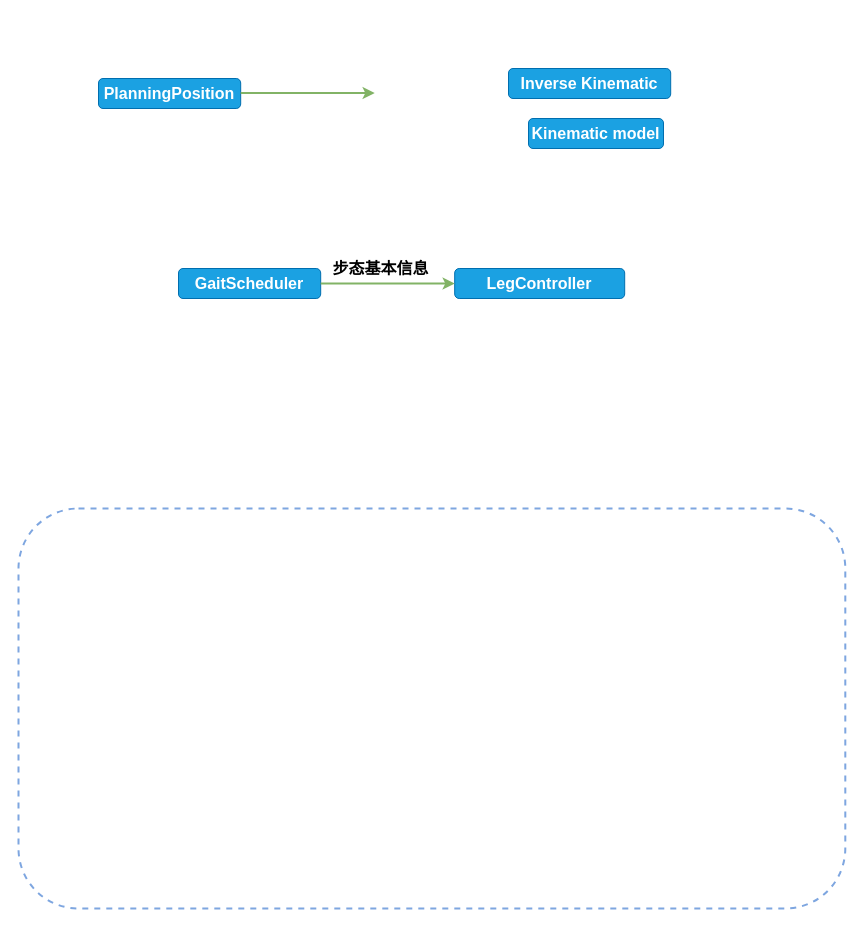
Above: quadruped-FootTrajectory.drawio in Dem-phi/Everlasting-HA.github.io (draw.io), before the change. Source tidied: cells renumbered, new cells numbered last; positions are measured from the earlier drawing's top-left corner, leaving out a move shared by most shapes. Both pictures are drawn from the tidied source at 100%, with x=0, y=0 at pixel (18, 68).
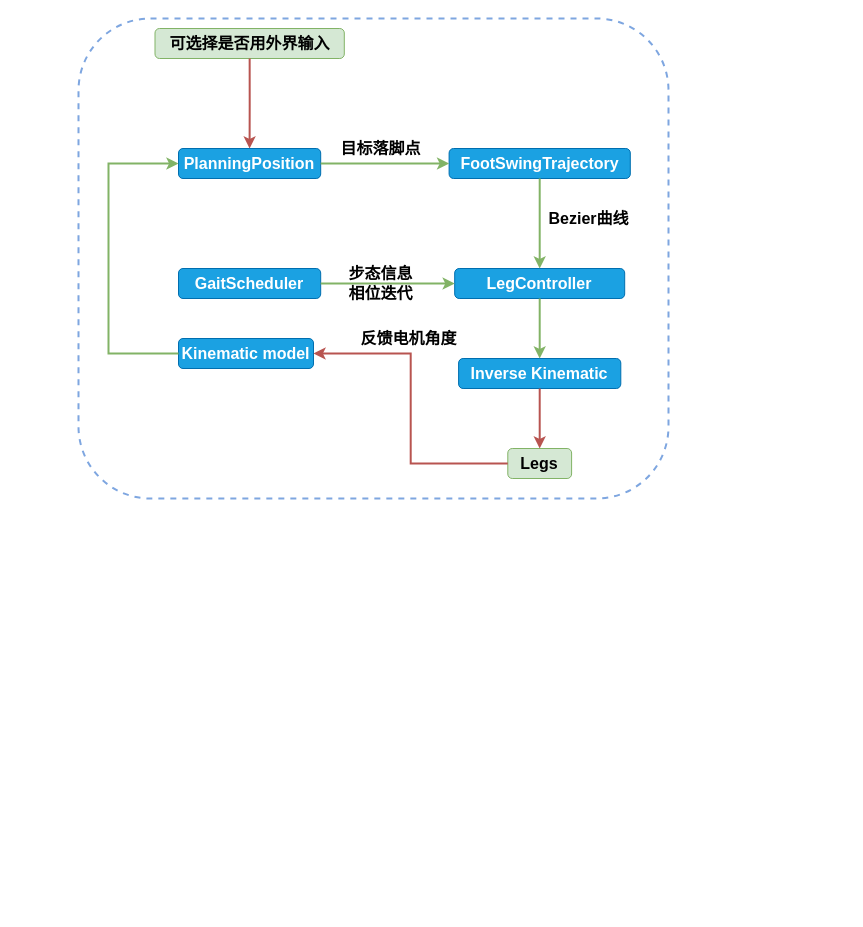
The same page after the edit.

The change refers to these unchanged cells:
```xml
<mxCell id="4" value="LegController" style="rounded=1;whiteSpace=wrap;html=1;fillColor=#1ba1e2;strokeColor=#006EAF;horizontal=1;fontSize=16;fontColor=#ffffff;fontStyle=1;" parent="1" vertex="1">
  <mxGeometry x="436.2" y="200" width="170" height="30" as="geometry" />
</mxCell>
```

What changed in the source:
```diff
@@
     <mxCell id="2" style="rounded=1;whiteSpace=wrap;html=1;fontSize=16;fontColor=#FFFFFF;fillColor=none;gradientColor=#ffffff;dashed=1;strokeWidth=2;strokeColor=#7EA6E0;" parent="1" vertex="1">
-      <mxGeometry y="440" width="826.8" height="400" as="geometry" />
+      <mxGeometry x="60" y="-50" width="590" height="480" as="geometry" />
     </mxCell>
@@
     <mxCell id="5" value="Inverse Kinematic" style="rounded=1;whiteSpace=wrap;html=1;fillColor=#1ba1e2;strokeColor=#006EAF;horizontal=1;fontSize=16;fontColor=#ffffff;fontStyle=1;" parent="1" vertex="1">
-      <mxGeometry x="490" width="162.2" height="30" as="geometry" />
+      <mxGeometry x="440.1" y="290" width="162.2" height="30" as="geometry" />
     </mxCell>
@@
     <mxCell id="7" value="Kinematic model" style="rounded=1;whiteSpace=wrap;html=1;fillColor=#1ba1e2;strokeColor=#006EAF;horizontal=1;fontSize=16;fontColor=#ffffff;fontStyle=1;" parent="1" vertex="1">
-      <mxGeometry x="510" y="50" width="135" height="30" as="geometry" />
+      <mxGeometry x="160" y="270" width="135" height="30" as="geometry" />
     </mxCell>
-    <mxCell id="8" value="&lt;b&gt;步态基本信息&lt;br&gt;&lt;/b&gt;" style="text;html=1;align=center;verticalAlign=middle;fillColor=none;strokeColor=none;rounded=0;fontSize=16;" parent="1" vertex="1">
-      <mxGeometry x="307.2" y="190" width="110" height="20" as="geometry" />
+    <mxCell id="8" value="&lt;b&gt;步态信息&lt;br&gt;相位迭代&lt;br&gt;&lt;/b&gt;" style="text;html=1;align=center;verticalAlign=middle;fillColor=none;strokeColor=none;rounded=0;fontSize=16;" parent="1" vertex="1">
+      <mxGeometry x="322.2" y="195" width="80" height="40" as="geometry" />
     </mxCell>
     <mxCell id="9" value="PlanningPosition" style="rounded=1;whiteSpace=wrap;html=1;fillColor=#1ba1e2;strokeColor=#006EAF;horizontal=1;fontSize=16;fontColor=#ffffff;fontStyle=1;" parent="1" vertex="1">
-      <mxGeometry x="80" y="10" width="142.2" height="30" as="geometry" />
+      <mxGeometry x="160" y="80" width="142.2" height="30" as="geometry" />
     </mxCell>
-    <mxCell id="10" style="edgeStyle=orthogonalEdgeStyle;rounded=0;orthogonalLoop=1;jettySize=auto;html=1;strokeWidth=2;fillColor=#d5e8d4;strokeColor=#82b366;exitX=1;exitY=0.5;exitDx=0;exitDy=0;entryX=0;entryY=0.5;entryDx=0;entryDy=0;" parent="1" edge="1">
-      <mxGeometry relative="1" as="geometry">
-        <mxPoint x="222.2" y="24.5" as="sourcePoint" />
-        <mxPoint x="356.2" y="24.5" as="targetPoint" />
-      </mxGeometry>
-    </mxCell>
+    <mxCell id="11" value="&lt;b&gt;目标落脚点&lt;br&gt;&lt;/b&gt;" style="text;html=1;align=center;verticalAlign=middle;fillColor=none;strokeColor=none;rounded=0;fontSize=16;" parent="1" vertex="1">
+      <mxGeometry x="312.2" y="70" width="100" height="20" as="geometry" />
+    </mxCell>
+    <mxCell id="12" value="FootSwingTrajectory" style="rounded=1;whiteSpace=wrap;html=1;fillColor=#1ba1e2;strokeColor=#006EAF;horizontal=1;fontSize=16;fontColor=#ffffff;fontStyle=1;" parent="1" vertex="1">
+      <mxGeometry x="430.6" y="80" width="181.2" height="30" as="geometry" />
+    </mxCell>
+    <mxCell id="13" style="edgeStyle=orthogonalEdgeStyle;rounded=0;jettySize=auto;html=1;strokeWidth=2;fillColor=#d5e8d4;strokeColor=#82b366;entryX=0;entryY=0.5;entryDx=0;entryDy=0;exitX=1;exitY=0.5;exitDx=0;exitDy=0;" parent="1" edge="1" source="9" target="12">
+      <mxGeometry relative="1" as="geometry" />
+    </mxCell>
+    <mxCell id="14" style="edgeStyle=orthogonalEdgeStyle;rounded=0;jettySize=auto;html=1;strokeWidth=2;fillColor=#d5e8d4;strokeColor=#82b366;entryX=0.5;entryY=0;entryDx=0;entryDy=0;" parent="1" edge="1" source="12" target="4">
+      <mxGeometry relative="1" as="geometry" />
+    </mxCell>
+    <mxCell id="15" value="&lt;b&gt;Bezier曲线&lt;br&gt;&lt;/b&gt;" style="text;html=1;align=center;verticalAlign=middle;fillColor=none;strokeColor=none;rounded=0;fontSize=16;" parent="1" vertex="1">
+      <mxGeometry x="520" y="140" width="100" height="20" as="geometry" />
+    </mxCell>
+    <mxCell id="16" value="Legs" style="rounded=1;whiteSpace=wrap;html=1;fillColor=#d5e8d4;strokeColor=#82b366;horizontal=1;fontSize=16;fontStyle=1;" parent="1" vertex="1">
+      <mxGeometry x="489.3" y="380" width="63.8" height="30" as="geometry" />
+    </mxCell>
+    <mxCell id="17" style="edgeStyle=orthogonalEdgeStyle;rounded=0;jettySize=auto;html=1;strokeWidth=2;fillColor=#f8cecc;strokeColor=#b85450;exitX=0;exitY=0.5;exitDx=0;exitDy=0;entryX=1;entryY=0.5;entryDx=0;entryDy=0;" parent="1" edge="1" source="16" target="7">
+      <mxGeometry relative="1" as="geometry" />
+    </mxCell>
+    <mxCell id="18" value="&lt;b&gt;反馈电机角度&lt;br&gt;&lt;/b&gt;" style="text;html=1;align=center;verticalAlign=middle;fillColor=none;strokeColor=none;rounded=0;fontSize=16;" parent="1" vertex="1">
+      <mxGeometry x="335" y="260" width="110" height="20" as="geometry" />
+    </mxCell>
+    <mxCell id="19" style="edgeStyle=orthogonalEdgeStyle;rounded=0;jettySize=auto;html=1;strokeWidth=2;fillColor=#d5e8d4;strokeColor=#82b366;exitX=0;exitY=0.5;exitDx=0;exitDy=0;entryX=0;entryY=0.5;entryDx=0;entryDy=0;" parent="1" edge="1" source="7" target="9">
+      <mxGeometry relative="1" as="geometry">
+        <Array as="points">
+          <mxPoint x="90" y="285" />
+          <mxPoint x="90" y="95" />
+        </Array>
+      </mxGeometry>
+    </mxCell>
+    <mxCell id="20" style="edgeStyle=orthogonalEdgeStyle;rounded=0;jettySize=auto;html=1;strokeWidth=2;fillColor=#d5e8d4;strokeColor=#82b366;exitX=0.5;exitY=1;exitDx=0;exitDy=0;" parent="1" edge="1" source="4" target="5">
+      <mxGeometry relative="1" as="geometry" />
+    </mxCell>
+    <mxCell id="21" style="edgeStyle=orthogonalEdgeStyle;rounded=0;jettySize=auto;html=1;strokeWidth=2;fillColor=#f8cecc;strokeColor=#b85450;exitX=0.5;exitY=1;exitDx=0;exitDy=0;entryX=0.5;entryY=0;entryDx=0;entryDy=0;" parent="1" edge="1" source="5" target="16">
+      <mxGeometry relative="1" as="geometry" />
+    </mxCell>
+    <mxCell id="22" value="可选择是否用外界输入" style="rounded=1;whiteSpace=wrap;html=1;fillColor=#d5e8d4;strokeColor=#82b366;horizontal=1;fontSize=16;fontStyle=1;" parent="1" vertex="1">
+      <mxGeometry x="136.5" y="-40" width="189.3" height="30" as="geometry" />
+    </mxCell>
+    <mxCell id="23" style="edgeStyle=orthogonalEdgeStyle;rounded=0;jettySize=auto;html=1;strokeWidth=2;fillColor=#f8cecc;strokeColor=#b85450;exitX=0.5;exitY=1;exitDx=0;exitDy=0;entryX=0.5;entryY=0;entryDx=0;entryDy=0;" parent="1" edge="1" source="22" target="9">
+      <mxGeometry relative="1" as="geometry" />
+    </mxCell>
```
